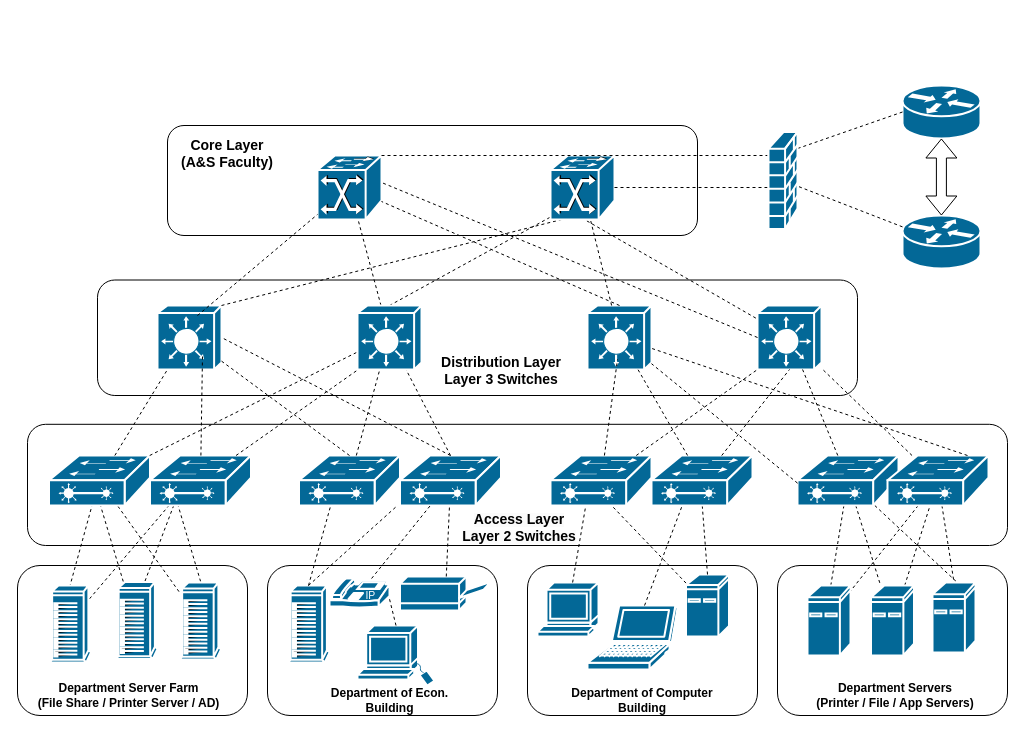
Earlier version of the draw.io diagram page "Scenario 2 - P1" (2 of 3) of Untitled Diagram.drawio (geekcu/design-drawing). Source tidied: cells renumbered, new cells numbered last; positions are measured from the earlier drawing's top-left corner, leaving out a move shared by most shapes. Both pictures are drawn from the tidied source at 100%, with x=0, y=0 at pixel (17, 85).
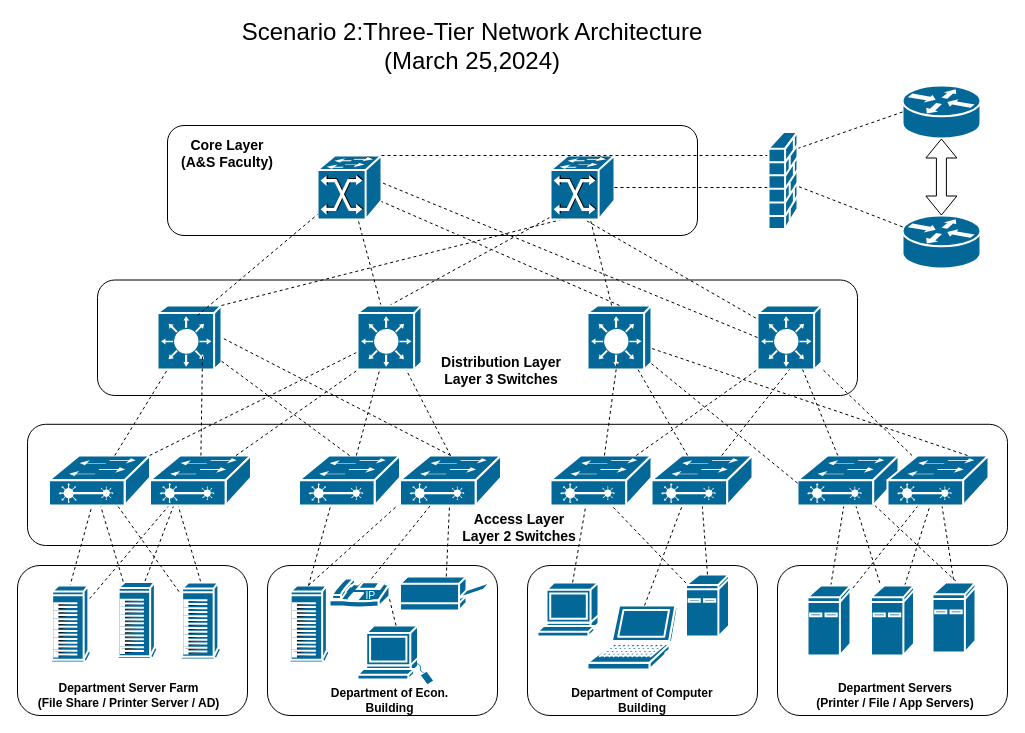
After the change.

Diff of the diagram source:
```diff
@@
+    <mxCell id="97" value="&lt;font style=&quot;font-size: 24px;&quot;&gt;Scenario 2:Three-Tier Network Architecture &lt;br&gt;(March 25,2024)&lt;/font&gt;" style="text;html=1;align=center;verticalAlign=middle;whiteSpace=wrap;rounded=0;" parent="1" vertex="1">
+      <mxGeometry x="5" y="-58" width="900" height="37" as="geometry" />
+    </mxCell>
```
